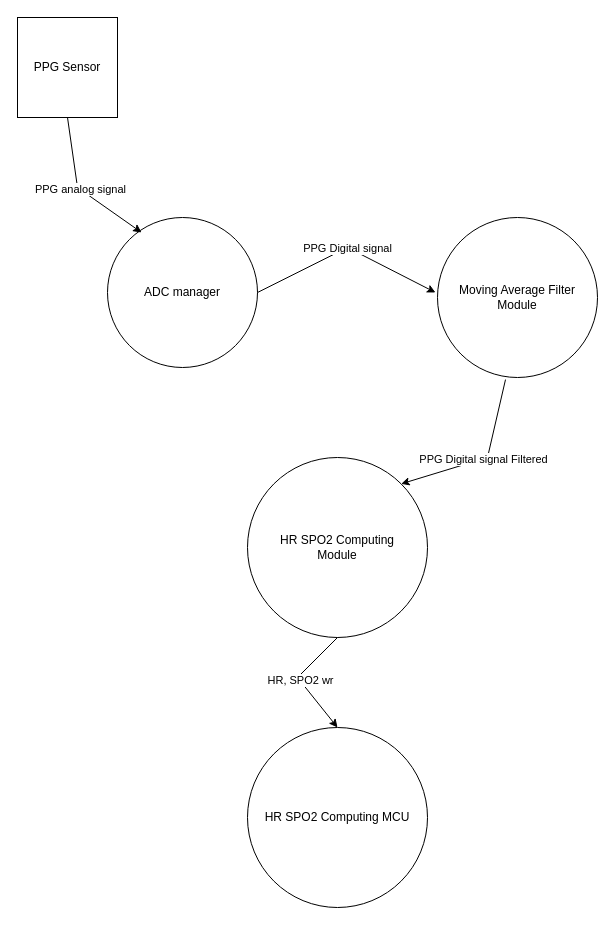
Before: page "Level 2 - HR SPO2 Computing" (3 of 5) of diagrams/PPG signal processing device STM32F411RE.drawio.xml in Tonyb94/PPG-Signal-Processing, a draw.io diagram. Source tidied: cells renumbered, new cells numbered last; positions are measured from the earlier drawing's top-left corner, leaving out a move shared by most shapes. Both pictures are drawn from the tidied source at 100%, with x=0, y=0 at pixel (17, 17).
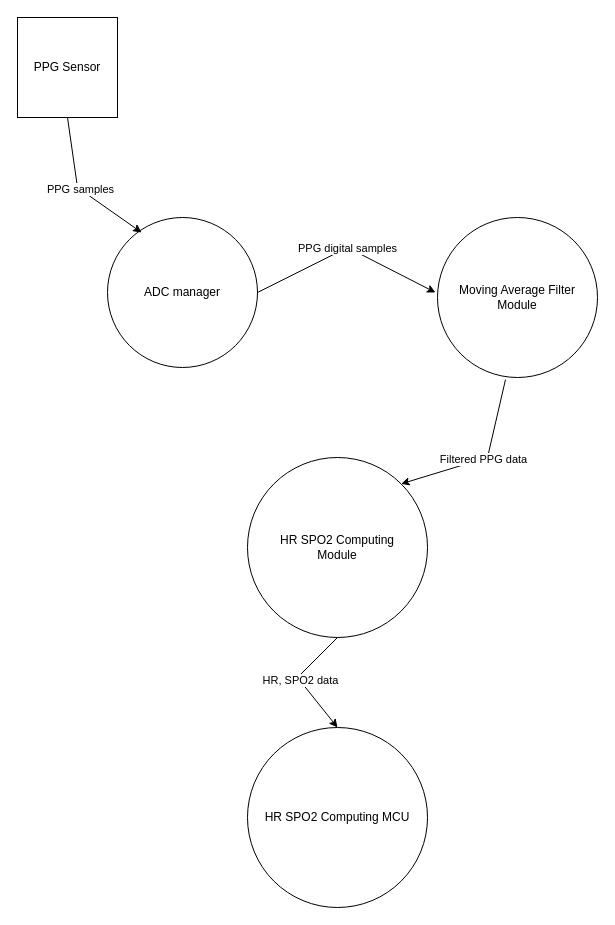
The same page after the edit.

The change refers to these unchanged cells:
```xml
<mxCell id="4" style="endArrow=classic;html=1;rounded=0;exitX=0.5;exitY=1;exitDx=0;exitDy=0;entryX=0.227;entryY=0.1;entryDx=0;entryDy=0;entryPerimeter=0;" parent="1" edge="1" source="3" target="2">
  <mxGeometry relative="1" as="geometry">
    <Array as="points">
      <mxPoint x="60" y="170" />
    </Array>
  </mxGeometry>
</mxCell>
<mxCell id="7" style="endArrow=classic;html=1;rounded=0;exitX=1;exitY=0.5;exitDx=0;exitDy=0;" parent="1" edge="1" source="2">
  <mxGeometry relative="1" as="geometry">
    <mxPoint x="418" y="275" as="targetPoint" />
    <Array as="points">
      <mxPoint x="330" y="230" />
    </Array>
  </mxGeometry>
</mxCell>
<mxCell id="10" style="endArrow=classic;html=1;rounded=0;exitX=0.425;exitY=1.013;exitDx=0;exitDy=0;exitPerimeter=0;entryX=1;entryY=0;entryDx=0;entryDy=0;" parent="1" edge="1" source="6" target="9">
  <mxGeometry relative="1" as="geometry">
    <Array as="points">
      <mxPoint x="470" y="440" />
    </Array>
  </mxGeometry>
</mxCell>
<mxCell id="13" style="endArrow=classic;html=1;rounded=0;exitX=0.5;exitY=1;exitDx=0;exitDy=0;entryX=0.5;entryY=0;entryDx=0;entryDy=0;" parent="1" edge="1" source="9" target="12">
  <mxGeometry relative="1" as="geometry">
    <Array as="points">
      <mxPoint x="280" y="660" />
    </Array>
  </mxGeometry>
</mxCell>
```

The edit, as a diff of the source:
```diff
@@
-    <mxCell id="5" value="PPG analog signal" style="edgeLabel;html=1;align=center;verticalAlign=middle;" parent="4" vertex="1">
+    <mxCell id="5" value="PPG samples" style="edgeLabel;html=1;align=center;verticalAlign=middle;" parent="4" vertex="1">
       <mxGeometry relative="1" as="geometry" />
     </mxCell>
@@
-    <mxCell id="8" value="PPG Digital signal" style="edgeLabel;html=1;align=center;verticalAlign=middle;" parent="7" vertex="1">
+    <mxCell id="8" value="PPG digital samples" style="edgeLabel;html=1;align=center;verticalAlign=middle;" parent="7" vertex="1">
       <mxGeometry relative="1" as="geometry" />
     </mxCell>
@@
-    <mxCell id="11" value="PPG Digital signal Filtered" style="edgeLabel;html=1;align=center;verticalAlign=middle;" parent="10" vertex="1">
+    <mxCell id="11" value="Filtered PPG data" style="edgeLabel;html=1;align=center;verticalAlign=middle;" parent="10" vertex="1">
       <mxGeometry relative="1" as="geometry" />
     </mxCell>
@@
-    <mxCell id="14" value="HR, SPO2 wr" style="edgeLabel;html=1;align=center;verticalAlign=middle;" parent="13" vertex="1">
+    <mxCell id="14" value="HR, SPO2 data" style="edgeLabel;html=1;align=center;verticalAlign=middle;" parent="13" vertex="1">
       <mxGeometry relative="1" as="geometry" />
     </mxCell>
```
